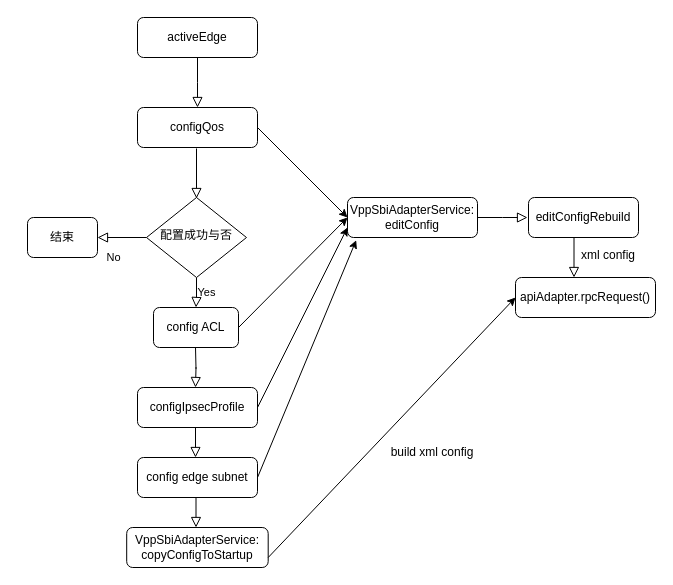
Earlier version of the draw.io diagram active-edge.drawio (wenchma/diagram). Source tidied: cells renumbered, new cells numbered last; positions are measured from the earlier drawing's top-left corner, leaving out a move shared by most shapes. Both pictures are drawn from the tidied source at 100%, with x=0, y=0 at pixel (27, 17).
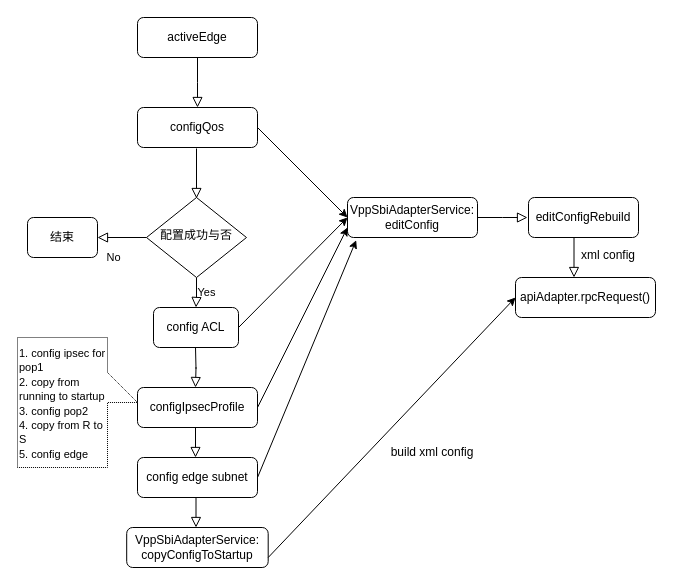
The same diagram, later.

What changed in the source:
```diff
@@
+    <mxCell id="29" style="shape=callout;whiteSpace=wrap;html=1;perimeter=calloutPerimeter;size=30;position=0.5;rotation=-90;dashed=1;base=30;dashPattern=1 1;" parent="1" vertex="1">
+      <mxGeometry x="-15" y="325" width="130" height="120" as="geometry" />
+    </mxCell>
+    <mxCell id="30" value="&lt;font style=&quot;font-size: 11px&quot;&gt;1. config ipsec for pop1&lt;br&gt;2. copy from running to startup&lt;br&gt;3. config pop2&lt;br&gt;4. copy from R to S&lt;br&gt;5. config edge&lt;br&gt;&lt;/font&gt;" style="text;html=1;strokeColor=none;fillColor=none;align=left;verticalAlign=middle;whiteSpace=wrap;rounded=0;dashed=1;" parent="1" vertex="1">
+      <mxGeometry x="-10" y="320" width="90" height="131.5" as="geometry" />
+    </mxCell>
```
